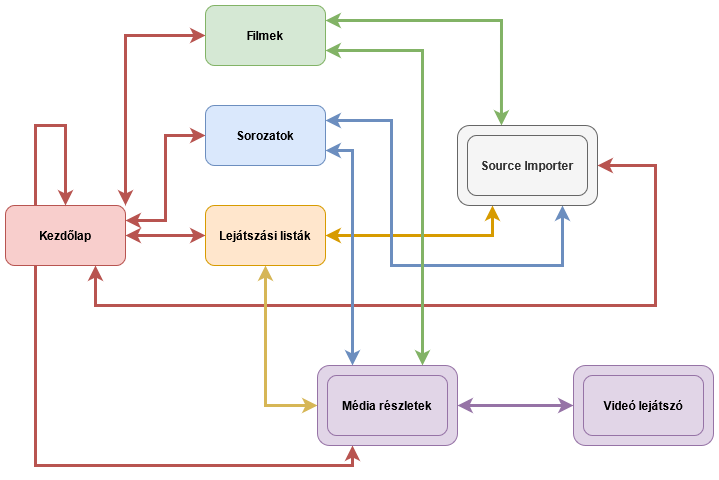
TMD44/mvp keeps this draw.io diagram as docs/latex/images/navigation_between_screens.png. Above is the earlier version. Source tidied: cells renumbered, new cells last; positions are measured from the earlier drawing's top-left corner, leaving out a move shared by most shapes. The source it was exported from:
```xml
<mxGraphModel>
  <root>
    <mxCell id="0" />
    <mxCell id="1" parent="0" />
    <mxCell id="2" style="edgeStyle=orthogonalEdgeStyle;rounded=0;jettySize=auto;html=1;exitX=1;exitY=0.25;exitDx=0;exitDy=0;entryX=0;entryY=0.5;entryDx=0;entryDy=0;fillColor=#f8cecc;strokeColor=#b85450;strokeWidth=3;startArrow=classic;startFill=1;" parent="1" edge="1" source="7" target="13">
      <mxGeometry relative="1" as="geometry" />
    </mxCell>
    <mxCell id="3" style="edgeStyle=orthogonalEdgeStyle;rounded=0;jettySize=auto;html=1;exitX=1;exitY=0;exitDx=0;exitDy=0;entryX=0;entryY=0.5;entryDx=0;entryDy=0;fillColor=#f8cecc;strokeColor=#b85450;strokeWidth=3;startArrow=classic;startFill=1;" parent="1" edge="1" source="7" target="16">
      <mxGeometry relative="1" as="geometry" />
    </mxCell>
    <mxCell id="4" style="edgeStyle=orthogonalEdgeStyle;rounded=0;jettySize=auto;html=1;exitX=1;exitY=0.5;exitDx=0;exitDy=0;entryX=0;entryY=0.5;entryDx=0;entryDy=0;fillColor=#f8cecc;strokeColor=#b85450;strokeWidth=3;startArrow=classic;startFill=1;" parent="1" edge="1" source="7" target="10">
      <mxGeometry relative="1" as="geometry" />
    </mxCell>
    <mxCell id="5" style="edgeStyle=orthogonalEdgeStyle;rounded=0;jettySize=auto;html=1;exitX=0.75;exitY=1;exitDx=0;exitDy=0;entryX=1;entryY=0.5;entryDx=0;entryDy=0;fillColor=#f8cecc;strokeColor=#b85450;strokeWidth=3;startArrow=classic;startFill=1;" parent="1" edge="1" source="7" target="20">
      <mxGeometry relative="1" as="geometry">
        <Array as="points">
          <mxPoint x="90" y="300" />
          <mxPoint x="650" y="300" />
          <mxPoint x="650" y="160" />
        </Array>
      </mxGeometry>
    </mxCell>
    <mxCell id="6" style="edgeStyle=orthogonalEdgeStyle;rounded=0;jettySize=auto;html=1;exitX=0.25;exitY=1;exitDx=0;exitDy=0;entryX=0.25;entryY=1;entryDx=0;entryDy=0;strokeWidth=3;fillColor=#f8cecc;strokeColor=#b85450;" parent="1" edge="1" source="7" target="18">
      <mxGeometry relative="1" as="geometry" />
    </mxCell>
    <mxCell id="7" value="&lt;b&gt;Kezdőlap&lt;/b&gt;" style="rounded=1;whiteSpace=wrap;html=1;fillColor=#f8cecc;strokeColor=#b85450;" parent="1" vertex="1">
      <mxGeometry y="200" width="120" height="60" as="geometry" />
    </mxCell>
    <mxCell id="8" style="edgeStyle=orthogonalEdgeStyle;rounded=0;jettySize=auto;html=1;exitX=1;exitY=0.5;exitDx=0;exitDy=0;entryX=0.25;entryY=1;entryDx=0;entryDy=0;startArrow=classic;startFill=1;strokeWidth=3;fillColor=#ffe6cc;strokeColor=#d79b00;" parent="1" edge="1" source="10" target="20">
      <mxGeometry relative="1" as="geometry" />
    </mxCell>
    <mxCell id="9" style="edgeStyle=orthogonalEdgeStyle;rounded=0;jettySize=auto;html=1;exitX=0.5;exitY=1;exitDx=0;exitDy=0;entryX=0;entryY=0.5;entryDx=0;entryDy=0;startArrow=classic;startFill=1;strokeWidth=3;fillColor=#fff2cc;strokeColor=#d6b656;" parent="1" edge="1" source="10" target="18">
      <mxGeometry relative="1" as="geometry" />
    </mxCell>
    <mxCell id="10" value="&lt;b&gt;Lejátszási listák&lt;/b&gt;" style="rounded=1;whiteSpace=wrap;html=1;fillColor=#ffe6cc;strokeColor=#d79b00;" parent="1" vertex="1">
      <mxGeometry x="200" y="200" width="120" height="60" as="geometry" />
    </mxCell>
    <mxCell id="11" style="edgeStyle=orthogonalEdgeStyle;rounded=0;jettySize=auto;html=1;exitX=1;exitY=0.25;exitDx=0;exitDy=0;entryX=0.75;entryY=1;entryDx=0;entryDy=0;fillColor=#dae8fc;strokeColor=#6c8ebf;strokeWidth=3;startArrow=classic;startFill=1;" parent="1" edge="1" source="13" target="20">
      <mxGeometry relative="1" as="geometry">
        <Array as="points">
          <mxPoint x="386" y="115" />
          <mxPoint x="386" y="260" />
          <mxPoint x="557" y="260" />
        </Array>
      </mxGeometry>
    </mxCell>
    <mxCell id="12" style="edgeStyle=orthogonalEdgeStyle;rounded=0;jettySize=auto;html=1;exitX=1;exitY=0.75;exitDx=0;exitDy=0;entryX=0.25;entryY=0;entryDx=0;entryDy=0;startArrow=classic;startFill=1;strokeWidth=3;fillColor=#dae8fc;strokeColor=#6c8ebf;" parent="1" edge="1" source="13" target="18">
      <mxGeometry relative="1" as="geometry" />
    </mxCell>
    <mxCell id="13" value="&lt;b&gt;Sorozatok&lt;/b&gt;" style="rounded=1;whiteSpace=wrap;html=1;fillColor=#dae8fc;strokeColor=#6c8ebf;" parent="1" vertex="1">
      <mxGeometry x="200" y="100" width="120" height="60" as="geometry" />
    </mxCell>
    <mxCell id="14" style="edgeStyle=orthogonalEdgeStyle;rounded=0;jettySize=auto;html=1;exitX=1;exitY=0.25;exitDx=0;exitDy=0;entryX=0.314;entryY=0;entryDx=0;entryDy=0;entryPerimeter=0;strokeWidth=3;fillColor=#d5e8d4;strokeColor=#82b366;startArrow=classic;startFill=1;" parent="1" edge="1" source="16" target="20">
      <mxGeometry relative="1" as="geometry" />
    </mxCell>
    <mxCell id="15" style="edgeStyle=orthogonalEdgeStyle;rounded=0;jettySize=auto;html=1;exitX=1;exitY=0.75;exitDx=0;exitDy=0;entryX=0.75;entryY=0;entryDx=0;entryDy=0;strokeWidth=3;fillColor=#d5e8d4;strokeColor=#82b366;startArrow=classic;startFill=1;" parent="1" edge="1" source="16" target="18">
      <mxGeometry relative="1" as="geometry" />
    </mxCell>
    <mxCell id="16" value="&lt;b&gt;Filmek&lt;/b&gt;" style="rounded=1;whiteSpace=wrap;html=1;fillColor=#d5e8d4;strokeColor=#82b366;" parent="1" vertex="1">
      <mxGeometry x="200" width="120" height="60" as="geometry" />
    </mxCell>
    <mxCell id="17" style="edgeStyle=orthogonalEdgeStyle;rounded=0;jettySize=auto;html=1;exitX=1;exitY=0.5;exitDx=0;exitDy=0;entryX=0;entryY=0.5;entryDx=0;entryDy=0;startArrow=classic;startFill=1;strokeWidth=3;fillColor=#e1d5e7;strokeColor=#9673a6;" parent="1" edge="1" source="18" target="22">
      <mxGeometry relative="1" as="geometry" />
    </mxCell>
    <mxCell id="18" style="rounded=1;whiteSpace=wrap;html=1;fillColor=#e1d5e7;strokeColor=#9673a6;" parent="1" vertex="1">
      <mxGeometry x="312" y="360" width="140" height="80" as="geometry" />
    </mxCell>
    <mxCell id="19" value="&lt;b&gt;Média részletek&lt;/b&gt;" style="rounded=1;whiteSpace=wrap;html=1;fillColor=#e1d5e7;strokeColor=#9673a6;" parent="1" vertex="1">
      <mxGeometry x="322" y="370" width="120" height="60" as="geometry" />
    </mxCell>
    <mxCell id="20" style="rounded=1;whiteSpace=wrap;html=1;fillColor=#f5f5f5;strokeColor=#666666;fontColor=#333333;" parent="1" vertex="1">
      <mxGeometry x="452" y="120" width="140" height="80" as="geometry" />
    </mxCell>
    <mxCell id="21" value="&lt;b&gt;Source Importer&lt;/b&gt;" style="rounded=1;whiteSpace=wrap;html=1;fillColor=#f5f5f5;strokeColor=#666666;fontColor=#333333;" parent="1" vertex="1">
      <mxGeometry x="462" y="130" width="120" height="60" as="geometry" />
    </mxCell>
    <mxCell id="22" style="rounded=1;whiteSpace=wrap;html=1;fillColor=#e1d5e7;strokeColor=#9673a6;" parent="1" vertex="1">
      <mxGeometry x="568" y="360" width="140" height="80" as="geometry" />
    </mxCell>
    <mxCell id="23" value="&lt;b&gt;Videó lejátszó&lt;/b&gt;" style="rounded=1;whiteSpace=wrap;html=1;fillColor=#e1d5e7;strokeColor=#9673a6;" parent="1" vertex="1">
      <mxGeometry x="578" y="370" width="120" height="60" as="geometry" />
    </mxCell>
    <mxCell id="24" style="edgeStyle=orthogonalEdgeStyle;rounded=0;orthogonalLoop=1;jettySize=auto;html=1;exitX=0.25;exitY=0;exitDx=0;exitDy=0;entryX=0.5;entryY=0;entryDx=0;entryDy=0;strokeWidth=3;fillColor=#f8cecc;strokeColor=#b85450;" parent="1" edge="1" source="7" target="7">
      <mxGeometry relative="1" as="geometry">
        <Array as="points">
          <mxPoint x="30" y="120" />
          <mxPoint x="60" y="120" />
        </Array>
      </mxGeometry>
    </mxCell>
  </root>
</mxGraphModel>
```
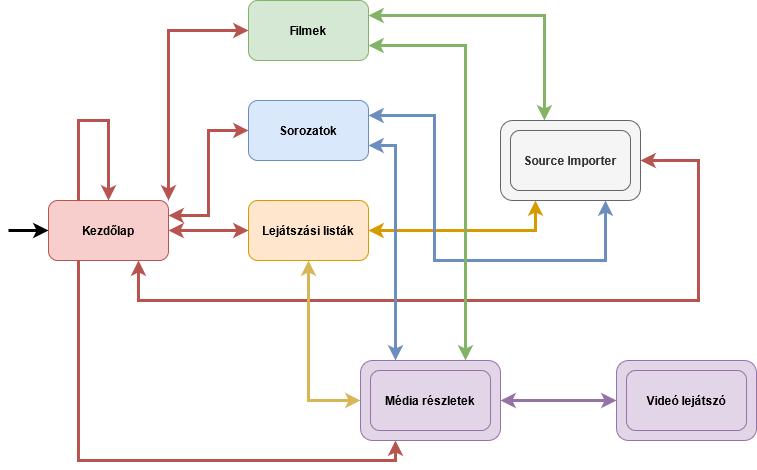
After the commit.

Commit message:
[Docs] Dev guide started, diagrams added

The edit, as a diff of the source:
```diff
@@ -23,6 +23,11 @@
     <mxCell id="6" style="edgeStyle=orthogonalEdgeStyle;rounded=0;jettySize=auto;html=1;exitX=0.25;exitY=1;exitDx=0;exitDy=0;entryX=0.25;entryY=1;entryDx=0;entryDy=0;strokeWidth=3;fillColor=#f8cecc;strokeColor=#b85450;" parent="1" edge="1" source="7" target="18">
       <mxGeometry relative="1" as="geometry" />
     </mxCell>
+    <mxCell id="25" style="edgeStyle=orthogonalEdgeStyle;rounded=0;jettySize=auto;html=1;entryX=0;entryY=0.5;entryDx=0;entryDy=0;strokeWidth=3;" parent="1" edge="1" target="7">
+      <mxGeometry relative="1" as="geometry">
+        <mxPoint x="-40" y="230" as="sourcePoint" />
+      </mxGeometry>
+    </mxCell>
     <mxCell id="7" value="&lt;b&gt;Kezdőlap&lt;/b&gt;" style="rounded=1;whiteSpace=wrap;html=1;fillColor=#f8cecc;strokeColor=#b85450;" parent="1" vertex="1">
       <mxGeometry y="200" width="120" height="60" as="geometry" />
     </mxCell>
```
